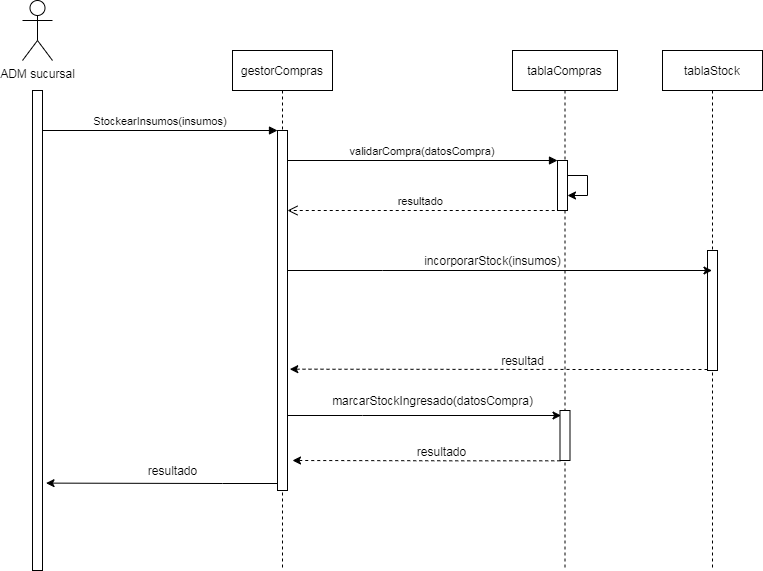
Earlier version of the draw.io export Diagramas/diagrama de secuencia.png (T-Lion/Metodologia3). Source tidied: cells renumbered, new cells last; positions are measured from the earlier drawing's top-left corner, leaving out a move shared by most shapes.
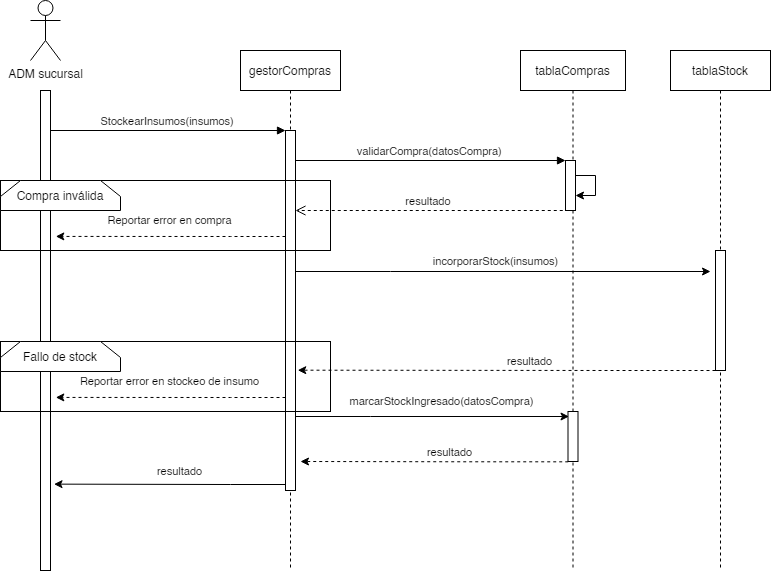
The same file after the commit.

Commit message:
se actualiza diagrama de secuencia

The edit, as a diff of the source:
```diff
@@ -40,50 +40,87 @@
         <mxPoint x="20" y="130" as="sourcePoint" />
       </mxGeometry>
     </mxCell>
-    <mxCell id="14" value="incorporarStock(insumos)" style="edgeStyle=orthogonalEdgeStyle;rounded=0;jettySize=auto;html=1;startArrow=none;startFill=0;strokeColor=#000000;" parent="1" edge="1" source="3" target="9">
+    <mxCell id="14" value="incorporarStock(insumos)" style="edgeStyle=orthogonalEdgeStyle;rounded=0;orthogonalLoop=1;jettySize=auto;html=1;startArrow=none;startFill=0;strokeColor=#000000;" parent="1" edge="1">
       <mxGeometry x="-0.03" y="10" relative="1" as="geometry">
+        <mxPoint x="265" y="271" as="sourcePoint" />
+        <mxPoint x="680" y="271" as="targetPoint" />
         <Array as="points">
-          <mxPoint x="360" y="270" />
-          <mxPoint x="360" y="270" />
+          <mxPoint x="360" y="271" />
+          <mxPoint x="360" y="271" />
         </Array>
       </mxGeometry>
     </mxCell>
     <mxCell id="15" style="points=[];perimeter=orthogonalPerimeter;rounded=0;shadow=0;strokeWidth=1;" parent="1" vertex="1">
-      <mxGeometry x="537.5" y="410" width="10" height="50" as="geometry" />
+      <mxGeometry x="537.5" y="411" width="10" height="50" as="geometry" />
     </mxCell>
-    <mxCell id="16" value="resultad" style="edgeStyle=orthogonalEdgeStyle;rounded=0;jettySize=auto;html=1;entryX=1.227;entryY=0.663;entryDx=0;entryDy=0;entryPerimeter=0;dashed=1;startArrow=none;startFill=0;strokeColor=#000000;" parent="1" edge="1" source="10" target="3">
+    <mxCell id="16" value="resultado" style="edgeStyle=orthogonalEdgeStyle;rounded=0;orthogonalLoop=1;jettySize=auto;html=1;entryX=1.227;entryY=0.663;entryDx=0;entryDy=0;entryPerimeter=0;dashed=1;startArrow=none;startFill=0;strokeColor=#000000;" parent="1" edge="1">
       <mxGeometry x="-0.11" y="-9" relative="1" as="geometry">
+        <mxPoint x="685" y="370" as="sourcePoint" />
+        <mxPoint x="267.3" y="369.7" as="targetPoint" />
         <Array as="points">
-          <mxPoint x="580" y="369" />
-          <mxPoint x="580" y="369" />
+          <mxPoint x="580" y="370" />
+          <mxPoint x="580" y="370" />
         </Array>
       </mxGeometry>
     </mxCell>
-    <mxCell id="17" value="marcarStockIngresado(datosCompra)" style="edgeStyle=orthogonalEdgeStyle;rounded=0;jettySize=auto;html=1;entryX=0.102;entryY=0.1;entryDx=0;entryDy=0;entryPerimeter=0;startArrow=none;startFill=0;strokeColor=#000000;" parent="1" edge="1" source="3" target="15">
+    <mxCell id="17" value="marcarStockIngresado(datosCompra)" style="edgeStyle=orthogonalEdgeStyle;rounded=0;jettySize=auto;html=1;entryX=0.102;entryY=0.1;entryDx=0;entryDy=0;entryPerimeter=0;startArrow=none;startFill=0;strokeColor=#000000;" parent="1" edge="1" target="15">
       <mxGeometry x="0.06" y="15" relative="1" as="geometry">
+        <mxPoint x="265" y="416" as="sourcePoint" />
         <Array as="points">
-          <mxPoint x="340" y="415" />
-          <mxPoint x="340" y="415" />
+          <mxPoint x="340" y="416" />
+          <mxPoint x="340" y="416" />
         </Array>
       </mxGeometry>
     </mxCell>
     <mxCell id="18" value="resultado" style="edgeStyle=orthogonalEdgeStyle;rounded=0;orthogonalLoop=1;jettySize=auto;html=1;dashed=1;startArrow=none;startFill=0;strokeColor=#000000;" parent="1" edge="1">
       <mxGeometry x="-0.11" y="-9" relative="1" as="geometry">
-        <mxPoint x="537.7" y="460.3" as="sourcePoint" />
-        <mxPoint x="270" y="460" as="targetPoint" />
+        <mxPoint x="537.7" y="461.3" as="sourcePoint" />
+        <mxPoint x="270" y="461" as="targetPoint" />
         <Array as="points">
-          <mxPoint x="432.7" y="460.3" />
-          <mxPoint x="432.7" y="460.3" />
+          <mxPoint x="432.7" y="461.3" />
+          <mxPoint x="432.7" y="461.3" />
         </Array>
       </mxGeometry>
     </mxCell>
-    <mxCell id="19" value="resultado" style="edgeStyle=orthogonalEdgeStyle;rounded=0;jettySize=auto;html=1;entryX=1.352;entryY=0.818;entryDx=0;entryDy=0;entryPerimeter=0;startArrow=none;startFill=0;strokeColor=#000000;" parent="1" edge="1" source="3" target="12">
+    <mxCell id="19" value="resultado" style="edgeStyle=orthogonalEdgeStyle;rounded=0;orthogonalLoop=1;jettySize=auto;html=1;entryX=1.352;entryY=0.818;entryDx=0;entryDy=0;entryPerimeter=0;startArrow=none;startFill=0;strokeColor=#000000;" parent="1" edge="1">
       <mxGeometry x="-0.09" y="-13" relative="1" as="geometry">
+        <mxPoint x="255" y="484" as="sourcePoint" />
+        <mxPoint x="23.5" y="483.6" as="targetPoint" />
         <Array as="points">
-          <mxPoint x="200" y="483" />
-          <mxPoint x="200" y="483" />
+          <mxPoint x="200" y="484" />
+          <mxPoint x="200" y="484" />
         </Array>
       </mxGeometry>
     </mxCell>
+    <mxCell id="20" style="rounded=0;whiteSpace=wrap;html=1;fillColor=none;" parent="1" vertex="1">
+      <mxGeometry x="-30" y="180" width="330" height="70" as="geometry" />
+    </mxCell>
+    <mxCell id="21" value="Compra inválida" style="shape=loopLimit;whiteSpace=wrap;html=1;" parent="1" vertex="1">
+      <mxGeometry x="-30" y="180" width="120" height="30" as="geometry" />
+    </mxCell>
+    <mxCell id="22" value="Reportar error en compra" style="edgeStyle=orthogonalEdgeStyle;rounded=0;jettySize=auto;html=1;entryX=1.533;entryY=0.304;entryDx=0;entryDy=0;entryPerimeter=0;dashed=1;" parent="1" edge="1" source="3" target="12">
+      <mxGeometry y="-16" relative="1" as="geometry">
+        <Array as="points">
+          <mxPoint x="200" y="236" />
+          <mxPoint x="200" y="236" />
+        </Array>
+      </mxGeometry>
+    </mxCell>
+    <mxCell id="23" style="rounded=0;whiteSpace=wrap;html=1;fillColor=none;" parent="1" vertex="1">
+      <mxGeometry x="-30" y="341" width="330" height="70" as="geometry" />
+    </mxCell>
+    <mxCell id="24" value="Fallo de stock" style="shape=loopLimit;whiteSpace=wrap;html=1;" parent="1" vertex="1">
+      <mxGeometry x="-30" y="341" width="120" height="30" as="geometry" />
+    </mxCell>
+    <mxCell id="25" value="Reportar error en stockeo de insumo" style="edgeStyle=orthogonalEdgeStyle;rounded=0;orthogonalLoop=1;jettySize=auto;html=1;entryX=1.533;entryY=0.304;entryDx=0;entryDy=0;entryPerimeter=0;dashed=1;" parent="1" edge="1">
+      <mxGeometry y="-16" relative="1" as="geometry">
+        <mxPoint x="255" y="397" as="sourcePoint" />
+        <mxPoint x="25.3" y="396.9" as="targetPoint" />
+        <Array as="points">
+          <mxPoint x="200" y="397" />
+          <mxPoint x="200" y="397" />
+        </Array>
+      </mxGeometry>
+    </mxCell>
   </root>
 </mxGraphModel>
```
